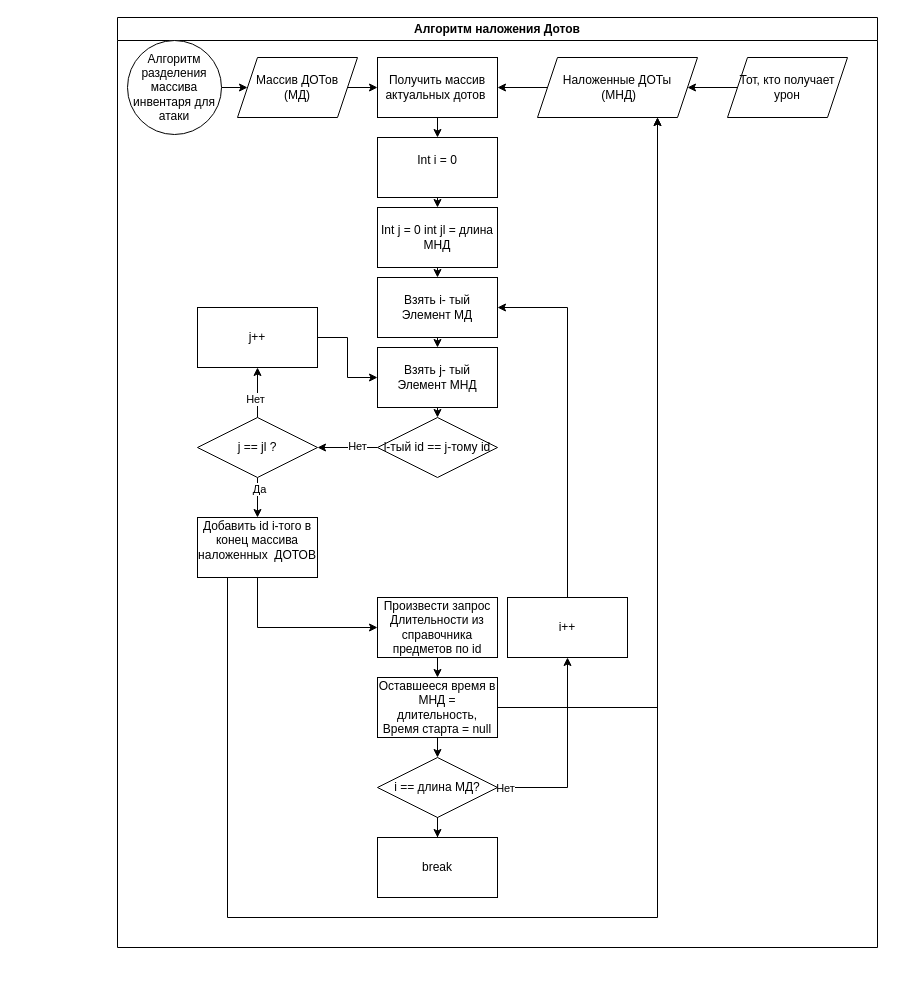
Earlier version of the draw.io diagram Архитектура/Алгоритм наложения Дотов.drawio (alstodont/unityArc). Source tidied: cells renumbered, new cells numbered last; positions are measured from the earlier drawing's top-left corner, leaving out a move shared by most shapes. Both pictures are drawn from the tidied source at 100%, with x=0, y=0 at pixel (117, 17).
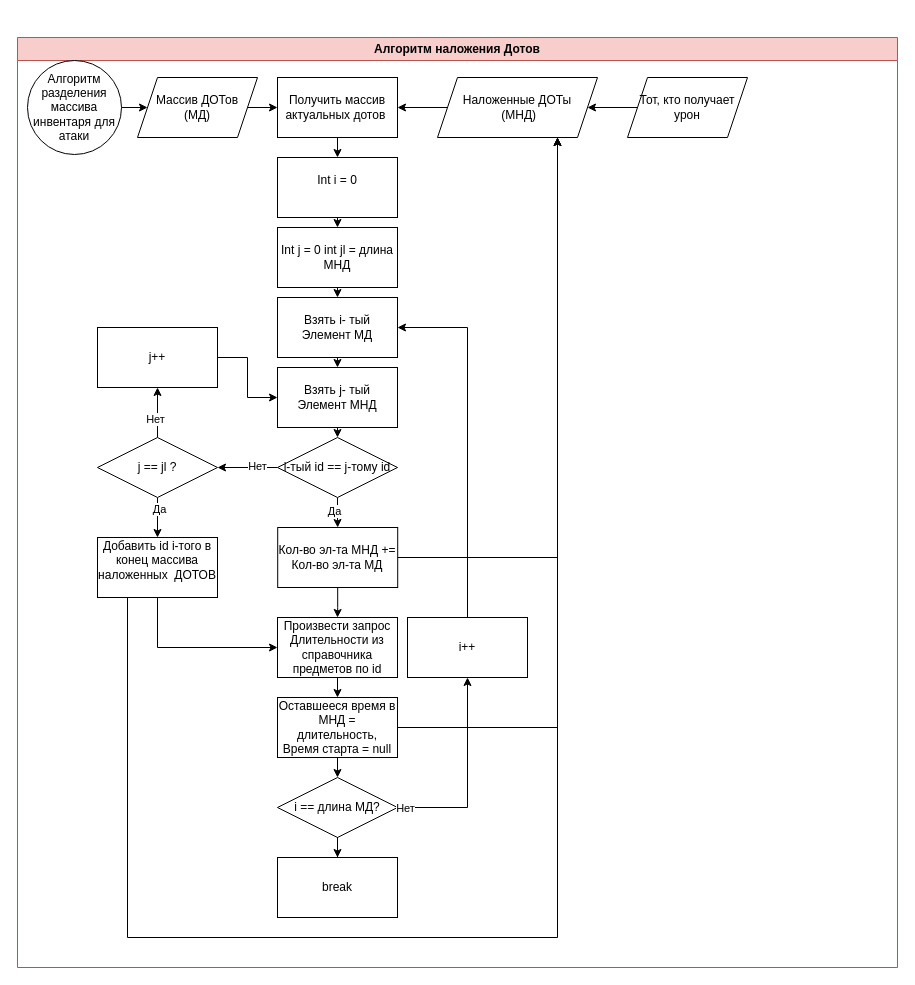
After the change.

What changed in the source:
```diff
@@
+    <mxCell id="46" style="group;" parent="1" vertex="1">
+      <mxGeometry x="-100" y="20" width="880" height="930" as="geometry" />
+    </mxCell>
-    <mxCell id="2" value="Алгоритм наложения Дотов" style="swimlane;whiteSpace=wrap;html=1;" parent="1" vertex="1">
-      <mxGeometry width="760" height="930" as="geometry" />
+    <mxCell id="2" value="Алгоритм наложения Дотов" style="swimlane;whiteSpace=wrap;html=1;fillColor=#f8cecc;strokeColor=#b85450;" parent="46" vertex="1">
+      <mxGeometry width="880" height="930" as="geometry" />
     </mxCell>
-    <mxCell id="3" style="edgeStyle=orthogonalEdgeStyle;rounded=0;jettySize=auto;html=1;exitX=1;exitY=0.5;exitDx=0;exitDy=0;entryX=0;entryY=0.5;entryDx=0;entryDy=0;" parent="2" edge="1" source="4" target="12">
-      <mxGeometry relative="1" as="geometry" />
-    </mxCell>
+    <mxCell id="47" value="Кол-во эл-та МНД += Кол-во эл-та МД" style="rounded=0;whiteSpace=wrap;html=1;" parent="46" vertex="1">
+      <mxGeometry x="260.2" y="490" width="120" height="60" as="geometry" />
+    </mxCell>
+    <mxCell id="48" style="edgeStyle=orthogonalEdgeStyle;rounded=0;jettySize=auto;html=1;exitX=0.5;exitY=1;exitDx=0;exitDy=0;" parent="46" edge="1" source="21" target="47">
+      <mxGeometry relative="1" as="geometry" />
+    </mxCell>
+    <mxCell id="49" value="Да" style="edgeLabel;html=1;align=center;verticalAlign=middle;" parent="48" vertex="1">
+      <mxGeometry x="-0.31" y="-3" relative="1" as="geometry">
+        <mxPoint x="-1" y="3" as="offset" />
+      </mxGeometry>
+    </mxCell>
-    <mxCell id="4" value="Массив ДОТов&lt;br&gt;(МД)" style="shape=parallelogram;perimeter=parallelogramPerimeter;whiteSpace=wrap;html=1;fixedSize=1;" parent="2" vertex="1">
+    <mxCell id="4" value="Массив ДОТов&lt;br&gt;(МД)" style="shape=parallelogram;perimeter=parallelogramPerimeter;whiteSpace=wrap;html=1;fixedSize=1;" parent="46" vertex="1">
       <mxGeometry x="120" y="40" width="120" height="60" as="geometry" />
     </mxCell>
-    <mxCell id="5" style="edgeStyle=orthogonalEdgeStyle;rounded=0;jettySize=auto;html=1;exitX=1;exitY=0.5;exitDx=0;exitDy=0;entryX=0;entryY=0.5;entryDx=0;entryDy=0;" parent="2" edge="1" source="6" target="4">
+    <mxCell id="5" style="edgeStyle=orthogonalEdgeStyle;rounded=0;jettySize=auto;html=1;exitX=1;exitY=0.5;exitDx=0;exitDy=0;entryX=0;entryY=0.5;entryDx=0;entryDy=0;" parent="46" edge="1" source="6" target="4">
       <mxGeometry relative="1" as="geometry" />
     </mxCell>
-    <mxCell id="6" value="Алгоритм разделения массива инвентаря для атаки" style="ellipse;whiteSpace=wrap;html=1;" parent="2" vertex="1">
+    <mxCell id="6" value="Алгоритм разделения массива инвентаря для атаки" style="ellipse;whiteSpace=wrap;html=1;" parent="46" vertex="1">
       <mxGeometry x="10" y="23" width="94" height="94" as="geometry" />
     </mxCell>
+    <mxCell id="8" value="Тот, кто получает урон" style="shape=parallelogram;perimeter=parallelogramPerimeter;whiteSpace=wrap;html=1;fixedSize=1;" parent="46" vertex="1">
+      <mxGeometry x="610" y="40" width="120" height="60" as="geometry" />
+    </mxCell>
+    <mxCell id="10" value="Наложенные ДОТы&lt;br&gt;&amp;nbsp;(МНД)" style="shape=parallelogram;perimeter=parallelogramPerimeter;whiteSpace=wrap;html=1;fixedSize=1;" parent="46" vertex="1">
+      <mxGeometry x="420" y="40" width="160" height="60" as="geometry" />
+    </mxCell>
+    <mxCell id="50" style="edgeStyle=orthogonalEdgeStyle;rounded=0;jettySize=auto;html=1;exitX=1;exitY=0.5;exitDx=0;exitDy=0;entryX=0.75;entryY=1;entryDx=0;entryDy=0;" parent="46" edge="1" source="47" target="10">
+      <mxGeometry relative="1" as="geometry" />
+    </mxCell>
-    <mxCell id="7" style="edgeStyle=orthogonalEdgeStyle;rounded=0;jettySize=auto;html=1;exitX=0;exitY=0.5;exitDx=0;exitDy=0;" parent="2" edge="1" source="8" target="10">
+    <mxCell id="7" style="edgeStyle=orthogonalEdgeStyle;rounded=0;jettySize=auto;html=1;exitX=0;exitY=0.5;exitDx=0;exitDy=0;" parent="46" edge="1" source="8" target="10">
       <mxGeometry relative="1" as="geometry" />
     </mxCell>
-    <mxCell id="8" value="Тот, кто получает урон" style="shape=parallelogram;perimeter=parallelogramPerimeter;whiteSpace=wrap;html=1;fixedSize=1;" parent="2" vertex="1">
-      <mxGeometry x="610" y="40" width="120" height="60" as="geometry" />
-    </mxCell>
+    <mxCell id="12" value="Получить массив актуальных дотов&amp;nbsp;" style="rounded=0;whiteSpace=wrap;html=1;" parent="46" vertex="1">
+      <mxGeometry x="260" y="40" width="120" height="60" as="geometry" />
+    </mxCell>
+    <mxCell id="3" style="edgeStyle=orthogonalEdgeStyle;rounded=0;jettySize=auto;html=1;exitX=1;exitY=0.5;exitDx=0;exitDy=0;entryX=0;entryY=0.5;entryDx=0;entryDy=0;" parent="46" edge="1" source="4" target="12">
+      <mxGeometry relative="1" as="geometry" />
+    </mxCell>
-    <mxCell id="9" style="edgeStyle=orthogonalEdgeStyle;rounded=0;jettySize=auto;html=1;exitX=0;exitY=0.5;exitDx=0;exitDy=0;entryX=1;entryY=0.5;entryDx=0;entryDy=0;" parent="2" edge="1" source="10" target="12">
+    <mxCell id="9" style="edgeStyle=orthogonalEdgeStyle;rounded=0;jettySize=auto;html=1;exitX=0;exitY=0.5;exitDx=0;exitDy=0;entryX=1;entryY=0.5;entryDx=0;entryDy=0;" parent="46" edge="1" source="10" target="12">
       <mxGeometry relative="1" as="geometry" />
     </mxCell>
-    <mxCell id="10" value="Наложенные ДОТы&lt;br&gt;&amp;nbsp;(МНД)" style="shape=parallelogram;perimeter=parallelogramPerimeter;whiteSpace=wrap;html=1;fixedSize=1;" parent="2" vertex="1">
-      <mxGeometry x="420" y="40" width="160" height="60" as="geometry" />
-    </mxCell>
+    <mxCell id="14" value="Int i = 0&lt;br&gt;&amp;nbsp;" style="rounded=0;whiteSpace=wrap;html=1;" parent="46" vertex="1">
+      <mxGeometry x="260" y="120" width="120" height="60" as="geometry" />
+    </mxCell>
-    <mxCell id="11" style="edgeStyle=orthogonalEdgeStyle;rounded=0;jettySize=auto;html=1;exitX=0.5;exitY=1;exitDx=0;exitDy=0;entryX=0.5;entryY=0;entryDx=0;entryDy=0;" parent="2" edge="1" source="12" target="14">
+    <mxCell id="11" style="edgeStyle=orthogonalEdgeStyle;rounded=0;jettySize=auto;html=1;exitX=0.5;exitY=1;exitDx=0;exitDy=0;entryX=0.5;entryY=0;entryDx=0;entryDy=0;" parent="46" edge="1" source="12" target="14">
       <mxGeometry relative="1" as="geometry" />
     </mxCell>
-    <mxCell id="12" value="Получить массив актуальных дотов&amp;nbsp;" style="rounded=0;whiteSpace=wrap;html=1;" parent="2" vertex="1">
-      <mxGeometry x="260" y="40" width="120" height="60" as="geometry" />
-    </mxCell>
+    <mxCell id="16" value="Int j = 0 int jl = длина МНД" style="rounded=0;whiteSpace=wrap;html=1;" parent="46" vertex="1">
+      <mxGeometry x="260" y="190" width="120" height="60" as="geometry" />
+    </mxCell>
-    <mxCell id="13" style="edgeStyle=orthogonalEdgeStyle;rounded=0;jettySize=auto;html=1;exitX=0.5;exitY=1;exitDx=0;exitDy=0;entryX=0.5;entryY=0;entryDx=0;entryDy=0;" parent="2" edge="1" source="14" target="16">
+    <mxCell id="13" style="edgeStyle=orthogonalEdgeStyle;rounded=0;jettySize=auto;html=1;exitX=0.5;exitY=1;exitDx=0;exitDy=0;entryX=0.5;entryY=0;entryDx=0;entryDy=0;" parent="46" edge="1" source="14" target="16">
       <mxGeometry relative="1" as="geometry" />
     </mxCell>
-    <mxCell id="14" value="Int i = 0&lt;br&gt;&amp;nbsp;" style="rounded=0;whiteSpace=wrap;html=1;" parent="2" vertex="1">
-      <mxGeometry x="260" y="120" width="120" height="60" as="geometry" />
-    </mxCell>
+    <mxCell id="18" value="Взять i- тый Элемент МД" style="rounded=0;whiteSpace=wrap;html=1;" parent="46" vertex="1">
+      <mxGeometry x="260" y="260" width="120" height="60" as="geometry" />
+    </mxCell>
-    <mxCell id="15" style="edgeStyle=orthogonalEdgeStyle;rounded=0;jettySize=auto;html=1;exitX=0.5;exitY=1;exitDx=0;exitDy=0;entryX=0.5;entryY=0;entryDx=0;entryDy=0;" parent="2" edge="1" source="16" target="18">
+    <mxCell id="15" style="edgeStyle=orthogonalEdgeStyle;rounded=0;jettySize=auto;html=1;exitX=0.5;exitY=1;exitDx=0;exitDy=0;entryX=0.5;entryY=0;entryDx=0;entryDy=0;" parent="46" edge="1" source="16" target="18">
       <mxGeometry relative="1" as="geometry" />
     </mxCell>
-    <mxCell id="16" value="Int j = 0 int jl = длина МНД" style="rounded=0;whiteSpace=wrap;html=1;" parent="2" vertex="1">
-      <mxGeometry x="260" y="190" width="120" height="60" as="geometry" />
-    </mxCell>
+    <mxCell id="20" value="Взять j- тый Элемент МНД" style="rounded=0;whiteSpace=wrap;html=1;" parent="46" vertex="1">
+      <mxGeometry x="260" y="330" width="120" height="60" as="geometry" />
+    </mxCell>
-    <mxCell id="17" style="edgeStyle=orthogonalEdgeStyle;rounded=0;jettySize=auto;html=1;exitX=0.5;exitY=1;exitDx=0;exitDy=0;entryX=0.5;entryY=0;entryDx=0;entryDy=0;" parent="2" edge="1" source="18" target="20">
+    <mxCell id="17" style="edgeStyle=orthogonalEdgeStyle;rounded=0;jettySize=auto;html=1;exitX=0.5;exitY=1;exitDx=0;exitDy=0;entryX=0.5;entryY=0;entryDx=0;entryDy=0;" parent="46" edge="1" source="18" target="20">
       <mxGeometry relative="1" as="geometry" />
     </mxCell>
-    <mxCell id="18" value="Взять i- тый Элемент МД" style="rounded=0;whiteSpace=wrap;html=1;" parent="2" vertex="1">
-      <mxGeometry x="260" y="260" width="120" height="60" as="geometry" />
-    </mxCell>
+    <mxCell id="21" value="i-тый id == j-тому id" style="shape=rhombus;perimeter=rhombusPerimeter;whiteSpace=wrap;html=1;align=center;" parent="46" vertex="1">
+      <mxGeometry x="260" y="400" width="120" height="60" as="geometry" />
+    </mxCell>
-    <mxCell id="19" style="edgeStyle=orthogonalEdgeStyle;rounded=0;jettySize=auto;html=1;exitX=0.5;exitY=1;exitDx=0;exitDy=0;entryX=0.5;entryY=0;entryDx=0;entryDy=0;" parent="2" edge="1" source="20" target="21">
+    <mxCell id="19" style="edgeStyle=orthogonalEdgeStyle;rounded=0;jettySize=auto;html=1;exitX=0.5;exitY=1;exitDx=0;exitDy=0;entryX=0.5;entryY=0;entryDx=0;entryDy=0;" parent="46" edge="1" source="20" target="21">
       <mxGeometry relative="1" as="geometry" />
     </mxCell>
-    <mxCell id="20" value="Взять j- тый Элемент МНД" style="rounded=0;whiteSpace=wrap;html=1;" parent="2" vertex="1">
-      <mxGeometry x="260" y="330" width="120" height="60" as="geometry" />
-    </mxCell>
-    <mxCell id="21" value="i-тый id == j-тому id" style="shape=rhombus;perimeter=rhombusPerimeter;whiteSpace=wrap;html=1;align=center;" parent="2" vertex="1">
-      <mxGeometry x="260" y="400" width="120" height="60" as="geometry" />
-    </mxCell>
-    <mxCell id="22" style="edgeStyle=orthogonalEdgeStyle;rounded=0;jettySize=auto;html=1;exitX=0.5;exitY=1;exitDx=0;exitDy=0;entryX=0;entryY=0.5;entryDx=0;entryDy=0;" parent="2" edge="1" source="24" target="35">
-      <mxGeometry relative="1" as="geometry" />
-    </mxCell>
-    <mxCell id="23" style="edgeStyle=orthogonalEdgeStyle;rounded=0;jettySize=auto;html=1;exitX=0.25;exitY=1;exitDx=0;exitDy=0;entryX=0.75;entryY=1;entryDx=0;entryDy=0;" parent="2" edge="1" source="24" target="10">
+    <mxCell id="23" style="edgeStyle=orthogonalEdgeStyle;rounded=0;jettySize=auto;html=1;exitX=0.25;exitY=1;exitDx=0;exitDy=0;entryX=0.75;entryY=1;entryDx=0;entryDy=0;" parent="46" edge="1" source="24" target="10">
       <mxGeometry relative="1" as="geometry">
         <Array as="points">
           <mxPoint x="110" y="900" />
           <mxPoint x="540" y="900" />
         </Array>
       </mxGeometry>
     </mxCell>
-    <mxCell id="24" value="Добавить id i-того в конец массива наложенных&amp;nbsp; ДОТОВ&lt;br&gt;&amp;nbsp;" style="rounded=0;whiteSpace=wrap;html=1;" parent="2" vertex="1">
+    <mxCell id="24" value="Добавить id i-того в конец массива наложенных&amp;nbsp; ДОТОВ&lt;br&gt;&amp;nbsp;" style="rounded=0;whiteSpace=wrap;html=1;" parent="46" vertex="1">
       <mxGeometry x="80" y="500" width="120" height="60" as="geometry" />
     </mxCell>
-    <mxCell id="25" style="edgeStyle=orthogonalEdgeStyle;rounded=0;jettySize=auto;html=1;exitX=0;exitY=0.5;exitDx=0;exitDy=0;" parent="2" edge="1" source="21">
-      <mxGeometry relative="1" as="geometry">
-        <mxPoint x="200" y="430" as="targetPoint" />
-      </mxGeometry>
-    </mxCell>
-    <mxCell id="26" value="Нет" style="edgeLabel;html=1;align=center;verticalAlign=middle;" parent="25" vertex="1">
-      <mxGeometry x="-0.29" y="-2" relative="1" as="geometry" />
-    </mxCell>
+    <mxCell id="51" style="edgeStyle=orthogonalEdgeStyle;rounded=0;jettySize=auto;html=1;exitX=0;exitY=0.5;exitDx=0;exitDy=0;" parent="46" edge="1" source="21">
+      <mxGeometry relative="1" as="geometry">
+        <mxPoint x="200" y="430" as="targetPoint" />
+      </mxGeometry>
+    </mxCell>
+    <mxCell id="52" value="Нет" style="edgeLabel;html=1;align=center;verticalAlign=middle;" parent="51" vertex="1">
+      <mxGeometry x="-0.29" y="-2" relative="1" as="geometry" />
+    </mxCell>
-    <mxCell id="27" style="edgeStyle=orthogonalEdgeStyle;rounded=0;jettySize=auto;html=1;exitX=1;exitY=0.5;exitDx=0;exitDy=0;entryX=0;entryY=0.5;entryDx=0;entryDy=0;" parent="2" edge="1" source="28" target="20">
+    <mxCell id="27" style="edgeStyle=orthogonalEdgeStyle;rounded=0;jettySize=auto;html=1;exitX=1;exitY=0.5;exitDx=0;exitDy=0;entryX=0;entryY=0.5;entryDx=0;entryDy=0;" parent="46" edge="1" source="28" target="20">
       <mxGeometry relative="1" as="geometry" />
     </mxCell>
-    <mxCell id="28" value="j++" style="rounded=0;whiteSpace=wrap;html=1;" parent="2" vertex="1">
+    <mxCell id="28" value="j++" style="rounded=0;whiteSpace=wrap;html=1;" parent="46" vertex="1">
       <mxGeometry x="80" y="290" width="120" height="60" as="geometry" />
     </mxCell>
-    <mxCell id="29" style="edgeStyle=orthogonalEdgeStyle;rounded=0;jettySize=auto;html=1;exitX=0.5;exitY=0;exitDx=0;exitDy=0;entryX=0.5;entryY=1;entryDx=0;entryDy=0;" parent="2" edge="1" source="33" target="28">
+    <mxCell id="29" style="edgeStyle=orthogonalEdgeStyle;rounded=0;jettySize=auto;html=1;exitX=0.5;exitY=0;exitDx=0;exitDy=0;entryX=0.5;entryY=1;entryDx=0;entryDy=0;" parent="46" edge="1" source="33" target="28">
       <mxGeometry relative="1" as="geometry" />
     </mxCell>
-    <mxCell id="30" value="Нет" style="edgeLabel;html=1;align=center;verticalAlign=middle;" parent="29" vertex="1">
-      <mxGeometry x="-0.25" y="3" relative="1" as="geometry" />
-    </mxCell>
+    <mxCell id="53" value="Нет" style="edgeLabel;html=1;align=center;verticalAlign=middle;" parent="29" vertex="1">
+      <mxGeometry x="-0.25" y="3" relative="1" as="geometry" />
+    </mxCell>
-    <mxCell id="31" style="edgeStyle=orthogonalEdgeStyle;rounded=0;jettySize=auto;html=1;exitX=0.5;exitY=1;exitDx=0;exitDy=0;entryX=0.5;entryY=0;entryDx=0;entryDy=0;" parent="2" edge="1" source="33" target="24">
+    <mxCell id="31" style="edgeStyle=orthogonalEdgeStyle;rounded=0;jettySize=auto;html=1;exitX=0.5;exitY=1;exitDx=0;exitDy=0;entryX=0.5;entryY=0;entryDx=0;entryDy=0;" parent="46" edge="1" source="33" target="24">
       <mxGeometry relative="1" as="geometry" />
     </mxCell>
-    <mxCell id="32" value="Да" style="edgeLabel;html=1;align=center;verticalAlign=middle;" parent="31" vertex="1">
-      <mxGeometry x="-0.46" y="1" relative="1" as="geometry" />
-    </mxCell>
+    <mxCell id="54" value="Да" style="edgeLabel;html=1;align=center;verticalAlign=middle;" parent="31" vertex="1">
+      <mxGeometry x="-0.46" y="1" relative="1" as="geometry" />
+    </mxCell>
-    <mxCell id="33" value="j == jl ?" style="shape=rhombus;perimeter=rhombusPerimeter;whiteSpace=wrap;html=1;align=center;" parent="2" vertex="1">
+    <mxCell id="33" value="j == jl ?" style="shape=rhombus;perimeter=rhombusPerimeter;whiteSpace=wrap;html=1;align=center;" parent="46" vertex="1">
       <mxGeometry x="80" y="400" width="120" height="60" as="geometry" />
     </mxCell>
-    <mxCell id="34" style="edgeStyle=orthogonalEdgeStyle;rounded=0;jettySize=auto;html=1;exitX=0.5;exitY=1;exitDx=0;exitDy=0;entryX=0.5;entryY=0;entryDx=0;entryDy=0;" parent="2" edge="1" source="35" target="38">
-      <mxGeometry relative="1" as="geometry" />
-    </mxCell>
-    <mxCell id="35" value="Произвести запрос Длительности из справочника предметов по id" style="rounded=0;whiteSpace=wrap;html=1;" parent="2" vertex="1">
+    <mxCell id="35" value="Произвести запрос Длительности из справочника предметов по id" style="rounded=0;whiteSpace=wrap;html=1;" parent="46" vertex="1">
       <mxGeometry x="260" y="580" width="120" height="60" as="geometry" />
     </mxCell>
-    <mxCell id="36" style="edgeStyle=orthogonalEdgeStyle;rounded=0;jettySize=auto;html=1;exitX=0.5;exitY=1;exitDx=0;exitDy=0;entryX=0.5;entryY=0;entryDx=0;entryDy=0;" parent="2" edge="1" source="38" target="41">
-      <mxGeometry relative="1" as="geometry" />
-    </mxCell>
+    <mxCell id="55" style="edgeStyle=orthogonalEdgeStyle;rounded=0;jettySize=auto;html=1;exitX=0.5;exitY=1;exitDx=0;exitDy=0;" parent="46" edge="1" source="47" target="35">
+      <mxGeometry relative="1" as="geometry" />
+    </mxCell>
+    <mxCell id="22" style="edgeStyle=orthogonalEdgeStyle;rounded=0;jettySize=auto;html=1;exitX=0.5;exitY=1;exitDx=0;exitDy=0;entryX=0;entryY=0.5;entryDx=0;entryDy=0;" parent="46" edge="1" source="24" target="35">
+      <mxGeometry relative="1" as="geometry" />
+    </mxCell>
-    <mxCell id="37" style="edgeStyle=orthogonalEdgeStyle;rounded=0;jettySize=auto;html=1;exitX=1;exitY=0.5;exitDx=0;exitDy=0;entryX=0.75;entryY=1;entryDx=0;entryDy=0;" parent="2" edge="1" source="38" target="10">
+    <mxCell id="37" style="edgeStyle=orthogonalEdgeStyle;rounded=0;jettySize=auto;html=1;exitX=1;exitY=0.5;exitDx=0;exitDy=0;entryX=0.75;entryY=1;entryDx=0;entryDy=0;" parent="46" edge="1" source="38" target="10">
       <mxGeometry relative="1" as="geometry" />
     </mxCell>
-    <mxCell id="38" value="Оставшееся время в МНД = длительность,&lt;br&gt;Время старта = null" style="rounded=0;whiteSpace=wrap;html=1;" parent="2" vertex="1">
+    <mxCell id="38" value="Оставшееся время в МНД = длительность,&lt;br&gt;Время старта = null" style="rounded=0;whiteSpace=wrap;html=1;" parent="46" vertex="1">
       <mxGeometry x="260" y="660" width="120" height="60" as="geometry" />
     </mxCell>
-    <mxCell id="39" style="edgeStyle=orthogonalEdgeStyle;rounded=0;jettySize=auto;html=1;exitX=1;exitY=0.5;exitDx=0;exitDy=0;entryX=0.5;entryY=1;entryDx=0;entryDy=0;" parent="2" edge="1" source="41" target="45">
-      <mxGeometry relative="1" as="geometry" />
-    </mxCell>
-    <mxCell id="40" value="Нет" style="edgeLabel;html=1;align=center;verticalAlign=middle;" parent="39" vertex="1">
-      <mxGeometry x="-0.93" relative="1" as="geometry" />
-    </mxCell>
+    <mxCell id="34" style="edgeStyle=orthogonalEdgeStyle;rounded=0;jettySize=auto;html=1;exitX=0.5;exitY=1;exitDx=0;exitDy=0;entryX=0.5;entryY=0;entryDx=0;entryDy=0;" parent="46" edge="1" source="35" target="38">
+      <mxGeometry relative="1" as="geometry" />
+    </mxCell>
-    <mxCell id="41" value="i == длина МД?" style="shape=rhombus;perimeter=rhombusPerimeter;whiteSpace=wrap;html=1;align=center;" parent="2" vertex="1">
+    <mxCell id="41" value="i == длина МД?" style="shape=rhombus;perimeter=rhombusPerimeter;whiteSpace=wrap;html=1;align=center;" parent="46" vertex="1">
       <mxGeometry x="260" y="740" width="120" height="60" as="geometry" />
     </mxCell>
+    <mxCell id="36" style="edgeStyle=orthogonalEdgeStyle;rounded=0;jettySize=auto;html=1;exitX=0.5;exitY=1;exitDx=0;exitDy=0;entryX=0.5;entryY=0;entryDx=0;entryDy=0;" parent="46" edge="1" source="38" target="41">
+      <mxGeometry relative="1" as="geometry" />
+    </mxCell>
-    <mxCell id="42" value="break" style="rounded=0;whiteSpace=wrap;html=1;" parent="2" vertex="1">
+    <mxCell id="42" value="break" style="rounded=0;whiteSpace=wrap;html=1;" parent="46" vertex="1">
       <mxGeometry x="260" y="820" width="120" height="60" as="geometry" />
     </mxCell>
-    <mxCell id="43" style="edgeStyle=orthogonalEdgeStyle;rounded=0;jettySize=auto;html=1;exitX=0.5;exitY=1;exitDx=0;exitDy=0;" parent="2" edge="1" source="41" target="42">
+    <mxCell id="43" style="edgeStyle=orthogonalEdgeStyle;rounded=0;jettySize=auto;html=1;exitX=0.5;exitY=1;exitDx=0;exitDy=0;" parent="46" edge="1" source="41" target="42">
       <mxGeometry relative="1" as="geometry" />
     </mxCell>
-    <mxCell id="44" style="edgeStyle=orthogonalEdgeStyle;rounded=0;jettySize=auto;html=1;exitX=0.5;exitY=0;exitDx=0;exitDy=0;entryX=1;entryY=0.5;entryDx=0;entryDy=0;" parent="2" edge="1" source="45" target="18">
+    <mxCell id="44" style="edgeStyle=orthogonalEdgeStyle;rounded=0;jettySize=auto;html=1;exitX=0.5;exitY=0;exitDx=0;exitDy=0;entryX=1;entryY=0.5;entryDx=0;entryDy=0;" parent="46" edge="1" source="45" target="18">
       <mxGeometry relative="1" as="geometry" />
     </mxCell>
-    <mxCell id="45" value="i++" style="rounded=0;whiteSpace=wrap;html=1;" parent="2" vertex="1">
+    <mxCell id="45" value="i++" style="rounded=0;whiteSpace=wrap;html=1;" parent="46" vertex="1">
       <mxGeometry x="390" y="580" width="120" height="60" as="geometry" />
     </mxCell>
+    <mxCell id="39" style="edgeStyle=orthogonalEdgeStyle;rounded=0;jettySize=auto;html=1;exitX=1;exitY=0.5;exitDx=0;exitDy=0;entryX=0.5;entryY=1;entryDx=0;entryDy=0;" parent="46" edge="1" source="41" target="45">
+      <mxGeometry relative="1" as="geometry" />
+    </mxCell>
+    <mxCell id="56" value="Нет" style="edgeLabel;html=1;align=center;verticalAlign=middle;" parent="39" vertex="1">
+      <mxGeometry x="-0.93" relative="1" as="geometry" />
+    </mxCell>
```
